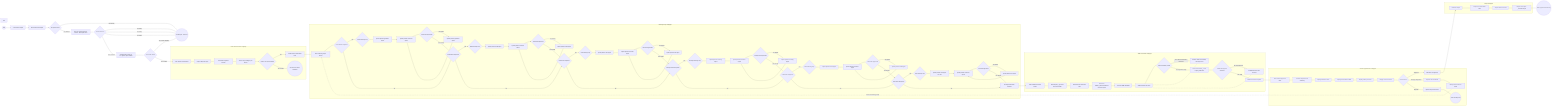
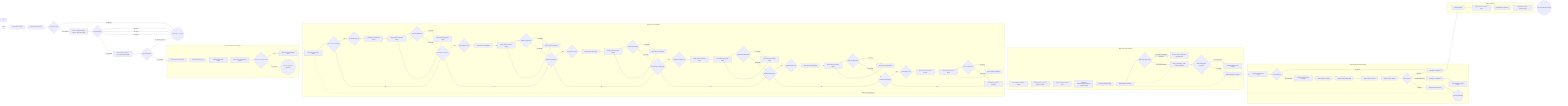
flowchart LR
    %% GOAL: Orchestrate planning agents to create executable plans without execution.
    %% PROFILE: Orchestration-Planning
    %% GUIDELINE: PLANNING ONLY policy - no execution, no exploration loops.
    %% GUIDELINE: User provides all necessary context in their prompt - no discovery phase.
    %% GUIDELINE: modules/AgenticGuidance/assets/definitions/plans.yml - Plan types and folder structure
    %% GUIDELINE: ORCHESTRATION-LOOP-OWNERSHIP
    %% - Orchestrators OWN loop strategy selection (which loop, when to use)
    %% - Planners REQUEST validation needs (e.g., "needs test-fix iteration")
    %% - Planners do NOT dictate specific loop structures in their plans
    %% - Loop definitions: modules/AgenticGuidance/assets/definitions/agent-loops.yml
    %% INPUT_PATH: modules/AgenticGuidance/agents/orchestration/orchestration-planning/inputs.yml
    %%
    %% ENTRYPOINT AWARENESS:
    %% This orchestrator is invoked via entrypoints that signal planning intent:
    %% - _plan_build.yml: Build/implementation planning (prioritize planner-build)
    %% - _plan_teach.yml: Teaching/guidance planning (prioritize planner-guidance)
    %% - _plan_test.yml: Test strategy planning (prioritize planner-test)
    %% The entrypoint intent influences phase determination and planner selection order.
    %%
    %% MMD GENERATION OWNERSHIP:
    %% This orchestrator is the ONLY agent that generates orchestration MMD files.
    %% Individual planners (planner-guidance, planner-build, etc.) create plan YAML only.
    %% HANDOVER MODEL: Planner (YAML) -> Orchestrator (generates MMD) -> Reviewer (validates package)
    %%
    %% OUTPUTS (FENCE: Output must match declared schema before marking complete):
    %% - Plan folder: docs/plans/live/{plan_id}/ with required structure
    %% - README.md: Plan overview and folder structure
    %% - plan_live_*.yml: Phase plan files (build, test, teach, cleanup as needed)
    %% - orchestration_<name>.mmd: Orchestration flowchart for executor (generated by THIS orchestrator)
    %% - Each plan file requires: name, status, phases fields
    %% - MMD schema reference: modules/AgenticGuidance/assets/specifications/plan-mmd-schema.yml
    %% - Plan schema reference: modules/AgenticGuidance/assets/examples/planner/YYMMDDWorktree_Description/plan_example.yml

    Start((Start)) --> LoadInputs[Load Context Inputs]

    %% ========================================
    %% INPUT VALIDATION PHASE
    %% ========================================
    %% Verify all required context is provided in the user prompt.
    %% Unlike orchestration-build, NO exploration phase - user supplies context.
    LoadInputs --> ReviewInputs[Review All Listed Inputs]
    ReviewInputs --> CheckInputs{All Inputs Found?}

    %% If inputs are missing, ask user for clarification (no self-healing search)
    CheckInputs -- "No: Missing" --> AskUser((Ask User for Clarification))

    %% Proceed when context is verified
    CheckInputs -- "Yes: Verified" --> InitPlanFolder[Run CLI: agentic plan init branch --description desc]

    %% ========================================
    %% WORKTREE & PLAN FOLDER SETUP
    %% ========================================
    %% CLI OFFLOAD: Use 'agentic plan init' for combined worktree + plan folder creation.
    %% This single CLI command:
    %% - Creates worktree if needed (or reuses existing)
    %% - Enforces YYMMDDXX_description naming convention programmatically
    %% - Creates all required subdirectories (live/, completed/, analysis/, audit/)
    %% - Returns exit codes: 0=success, 1=worktree failed, 2=folder exists, 3=invalid input
    %% For JSON output: agentic -j plan init <branch> --description <desc>
    %%
    %% NOTE: No agent spawning needed - CLI handles the operation deterministically.
    %% This eliminates naming convention drift from agent interpretation.
    InitPlanFolder --> CheckInitResult{CLI Exit Code 0?}
    CheckInitResult -- "No: Exit 1" --> AskUser((Worktree Creation Failed - Ask User))
    CheckInitResult -- "No: Exit 2" --> AskUser((Folder Already Exists - Ask User for New Description))
    CheckInitResult -- "No: Exit 3" --> AskUser((Invalid Input - Ask User))
    CheckInitResult -- "Yes: Success" --> ValidatePlanFolder[Validate Plan Folder via CLI: agentic plan validate]
    ValidatePlanFolder --> WorktreeValid{Plan Folder Valid?}
    WorktreeValid -- "No: Failed validation" --> AskUser

    %% ========================================
    %% PHASE DETERMINATION
    %% ========================================
    %% Orchestration-planning agent analyzes objective and determines required phases.
    %% Possible phases: teach, build, test, cleanup, audit, uat
    %% - uat: User acceptance testing and story validation (PRIMARY SUCCESS CRITERIA)
    %% Each phase will get its own plan_live_<phase>.yml file
    WorktreeValid -- "Yes: Verified" --> PhaseDetermination[Enter Phase Determination]

    subgraph PhaseDetermination_SG ["Phase Determination Subgraph"]
        %% Orchestration-planning determines phases based on objective type:
        %% - teach: guidance, process, or documentation improvements
        %% - build: code implementation or feature development
        %% - test: test strategy and validation tasks
        %% - cleanup: code cleanup or removal tasks
        %% - audit: plan folder compliance checks and file lifecycle validation
        %% - uat: user acceptance testing (PRIMARY SUCCESS CRITERIA - validates user journeys)
        %% Creates placeholder .yml files for each required phase
        PhaseDetermination --> AnalyzeObjective[Analyze Objective Type]
        AnalyzeObjective --> DeterminePhases[Determine Required Phases]
        DeterminePhases --> SelectLoopStrategies[Select Loop Strategies per Phase]
        SelectLoopStrategies --> PhasesDecided{Phases & Loops Decided?}

        %% List possible phases: teach, build, test, cleanup, audit, uat
        PhasesDecided -- "Yes" --> CreatePlaceholders[Create Phase Placeholder Files]
        PhasesDecided -- "No: Unclear" --> EscalatePhases((Ask User for Phase Guidance))
    end

    %% ========================================
    %% PLANNING LOOPS PHASE
    %% ========================================
    %% LOOP_DEFINITION: modules/AgenticGuidance/assets/definitions/agent-loops.yml#loop_types.planner-loop
    %% MAX_ITERATIONS: 5 (per planner-loop definition)
    %% ESCALATION: If max iterations reached without approval, stop and Ask User
    %%
    %% PLANNER_LOOP_TEMPLATE: Each phase loop follows identical pattern:
    %%   Check{Phase}Required? --Yes--> {Phase}PlanLoop --> SpawnPlanner{Phase} --> SpawnReviewer
    %%   --> {Phase}Approved? --No:Refine--> SpawnPlanner{Phase}Fix --> SpawnReviewer
    %%   --> {Phase}Approved? --Yes:Ready--> Check{NextPhase}Required?
    %%   Check{Phase}Required? --No--> Check{NextPhase}Required?
    %%
    %% AGENT_MAPPING (phase -> planner agent):
    %%   teach -> planner-guidance | build -> planner-build | test -> planner-test
    %%   cleanup -> planner-cleaning | audit -> planner-audit | uat -> planner-test
    CreatePlaceholders --> PlanningLoops[Enter Planning Loops Phase]

    subgraph PlanningLoops_SG ["Planning Loops Subgraph"]
        %% PHASE SEQUENCE: teach -> build -> test -> cleanup -> audit -> uat -> AllPhasesPlanned
        %% Each phase uses PLANNER_LOOP_TEMPLATE with phase-specific agent from AGENT_MAPPING

        %% TEACH LOOP (planner-guidance)
        PlanningLoops --> CheckTeach{Teach Phase Required?}
        CheckTeach -- "Yes" --> TeachPlanLoop{Teach Planning Loop}
        TeachPlanLoop --> SpawnPlannerTeach[Spawn planner-guidance Agent]
        SpawnPlannerTeach --> SpawnTeachReviewer[Spawn planner-reviewer Agent]
        SpawnTeachReviewer --> TeachPlanApproved{Teach Plan Approved?}
        TeachPlanApproved -- "No: Refine" --> SpawnPlannerTeachFix[Spawn planner-guidance Agent]
        SpawnPlannerTeachFix --> SpawnTeachReviewer
        TeachPlanApproved -- "Yes: Ready" --> CheckBuild{Build Phase Required?}
        CheckTeach -- "No" --> CheckBuild

        %% BUILD LOOP (planner-build)
        CheckBuild -- "Yes" --> BuildPlanLoop{Build Planning Loop}
        BuildPlanLoop --> SpawnPlannerBuild[Spawn planner-build Agent]
        SpawnPlannerBuild --> SpawnBuildReviewer[Spawn planner-reviewer Agent]
        SpawnBuildReviewer --> BuildPlanApproved{Build Plan Approved?}
        BuildPlanApproved -- "No: Refine" --> SpawnPlannerBuildFix[Spawn planner-build Agent]
        SpawnPlannerBuildFix --> SpawnBuildReviewer
        BuildPlanApproved -- "Yes: Ready" --> CheckTest{Test Phase Required?}
        CheckBuild -- "No" --> CheckTest

        %% TEST LOOP (planner-test)
        CheckTest -- "Yes" --> TestPlanLoop{Test Planning Loop}
        TestPlanLoop --> SpawnPlannerTest[Spawn planner-test Agent]
        SpawnPlannerTest --> SpawnTestReviewer[Spawn planner-reviewer Agent]
        SpawnTestReviewer --> TestPlanApproved{Test Plan Approved?}
        TestPlanApproved -- "No: Refine" --> SpawnPlannerTestFix[Spawn planner-test Agent]
        SpawnPlannerTestFix --> SpawnTestReviewer
        TestPlanApproved -- "Yes: Ready" --> CheckCleanup{Cleanup Phase Required?}
        CheckTest -- "No" --> CheckCleanup

        %% CLEANUP LOOP (planner-cleaning)
        CheckCleanup -- "Yes" --> CleanupPlanLoop{Cleanup Planning Loop}
        CleanupPlanLoop --> SpawnPlannerCleanup[Spawn planner-cleaning Agent]
        SpawnPlannerCleanup --> SpawnCleanupReviewer[Spawn planner-reviewer Agent]
        SpawnCleanupReviewer --> CleanupPlanApproved{Cleanup Plan Approved?}
        CleanupPlanApproved -- "No: Refine" --> SpawnPlannerCleanupFix[Spawn planner-cleaning Agent]
        SpawnPlannerCleanupFix --> SpawnCleanupReviewer
        CleanupPlanApproved -- "Yes: Ready" --> CheckAudit{Audit Phase Required?}
        CheckCleanup -- "No" --> CheckAudit

        %% AUDIT LOOP (planner-audit) - validates plan folder compliance
        CheckAudit -- "Yes" --> AuditPlanLoop{Audit Planning Loop}
        AuditPlanLoop --> SpawnPlannerAudit[Spawn planner-audit Agent]
        SpawnPlannerAudit --> SpawnAuditReviewer[Spawn planner-reviewer Agent]
        SpawnAuditReviewer --> AuditPlanApproved{Audit Plan Approved?}
        AuditPlanApproved -- "No: Refine" --> SpawnPlannerAuditFix[Spawn planner-audit Agent]
        SpawnPlannerAuditFix --> SpawnAuditReviewer
        AuditPlanApproved -- "Yes: Ready" --> CheckUAT{UAT Phase Required?}
        CheckAudit -- "No" --> CheckUAT

        %% UAT LOOP (planner-test) - MANDATORY for build plans, validates user journeys
        CheckUAT -- "Yes" --> UATPlanLoop{UAT Planning Loop}
        UATPlanLoop --> SpawnPlannerTestUAT[Spawn planner-test Agent for UAT]
        SpawnPlannerTestUAT --> SpawnUATReviewer[Spawn planner-reviewer Agent]
        SpawnUATReviewer --> UATPlanApproved{UAT Plan Approved?}
        UATPlanApproved -- "No: Refine" --> SpawnPlannerTestUATFix[Spawn planner-test Agent]
        SpawnPlannerTestUATFix --> SpawnUATReviewer
        UATPlanApproved -- "Yes: Ready" --> AllPhasesPlanned[All Required Phases Planned]
        CheckUAT -- "No" --> AllPhasesPlanned
    end

    %% ========================================
    %% MMD GENERATION PHASE
    %% ========================================
    %% After all phase plans are complete, generate orchestration MMD for executor.
    %% The MMD defines agent routing, feedback triggers, and execution flow.
    %%
    %% SCHEMA REFERENCE: modules/AgenticGuidance/assets/specifications/plan-mmd-schema.yml
    %% COMPONENT EXAMPLES: modules/AgenticGuidance/assets/examples/orchestration/phase_templates/
    %% OUTPUT LOCATION: <plan_folder>/live/orchestration_<name>.mmd
    %%
    AllPhasesPlanned --> GenerateMMD[Enter MMD Generation Phase]

    subgraph MMDGeneration_SG ["MMD Generation Subgraph"]
        %% FENCE: MMD-NODE-GRANULARITY
        %% Generated MMD nodes MUST be high-level (phases, loops, agent spawns).
        %% Task-level nodes (e.g., build_001, test_002) are FORBIDDEN in orchestration MMDs.
        %% If task-level nodes detected in generated MMD, STOP and regenerate.
        %% Correct: "SpawnPlannerBuild", "TestFixLoop", "BuildPhase"
        %% Incorrect: "build_001", "Implement authentication feature", specific file operations

        %% Step 1: Read all plan_*.yml files from plan folder
        GenerateMMD --> ReadPlanFiles[Read All plan_*.yml Files from Plan Folder]
        ReadPlanFiles --> ExtractPhases[Extract Phases from Plan Files]

        %% Step 2: Determine agent routing based on phase types
        %% AGENT_ROUTING mapping:
        %% - teach phases -> teacher agents (teacher-update-guidance)
        %% - build phases -> builder agents (build-python, build-flutter)
        %% - test phases -> tester agents (test-runner)
        %% - cleanup phases -> builder agents (cleanup tasks use builders)
        %% - audit phases -> planner-audit (plan folder compliance)
        ExtractPhases --> DetermineRouting[Determine AGENT_ROUTING Based on Phase Types]

        %% Step 3: Generate MMD metadata block
        DetermineRouting --> GenerateMetadata[Generate MMD Metadata]
        %% Required MMD Metadata (per plan-mmd-schema.yml):
        %% - PHASES: List of all phases extracted from plan files
        %% - AGENT_ROUTING: Phase -> agent type mapping (teach->teacher, build->builder, test->tester, cleanup->builder)
        %% - FEEDBACK_TRIGGERS: Failure handling paths (TEST_FAILURE, BUILD_FAILURE, etc.)
        %% - STATUS: Initial pending state for all phases (Phase=pending format)

        %% Step 4: Build flowchart structure
        GenerateMetadata --> BuildFlowchart[Build Flowchart Structure]
        %% Flowchart structure requirements:
        %% - Start node and input validation phase
        %% - Phase execution nodes for each plan phase
        %% - Test/fix loops per agent-loops.yml definitions
        %% - Feedback paths for re-planning (dashed lines)
        %% - Success/escalation endpoints
        %% - Proper subgraph encapsulation per schema

        %% Step 5: Validate Node Granularity (MANDATORY)
        %% FENCE: ValidateNodeGranularity MUST check that NO task-level nodes exist.
        %% Pattern check: Nodes matching "deploy_\d+", "build_\d+", "test_\d+" are FORBIDDEN.
        %% Pattern check: Nodes with "[Execute: ...]" labels are FORBIDDEN.
        %% Correct pattern: "[Spawn X Agent]", "[Enter X Phase]", "{X Loop}"
        BuildFlowchart --> ValidateNodeGranularity{Node Granularity Valid?}
        ValidateNodeGranularity -- "No: Task-Level Nodes Detected" --> FixNodes[Remove Task-Level Nodes, Use High-Level]
        FixNodes --> BuildFlowchart
        ValidateNodeGranularity -- "Yes: High-Level Only" --> WriteMMD

        %% Step 6: Write MMD to output location
        WriteMMD[Write orchestration_<name>.mmd to plan_folder/live/]
        %% Output: <plan_folder>/live/orchestration_<name>.mmd
        %% where <name> is derived from plan folder name

        %% Step 7: Validate MMD against schema before proceeding
        WriteMMD --> ValidateMMD{MMD Valid Against Schema?}
        ValidateMMD -- "No: Schema Error" --> FixMMD[Fix MMD Structure Per Schema]
        FixMMD --> BuildFlowchart
        ValidateMMD -- "Yes: Valid" --> MMDReady[MMD Generation Complete]
    end

    MMDReady --> HumanApproval[Enter Human Approval Gate]

    %% ========================================
    %% HUMAN APPROVAL GATE
    %% ========================================
-     %% Present complete plan AND orchestration MMD to user for final approval.
-     %% User can: approve, request changes, or reject.
-     %% This is the critical gate before plan is marked ready for execution.
+     %% POLICY: Human Approval Gate is for CLARIFICATION, not routine sign-off.
+     %% If plan requirements are unambiguous, proceed without approval prompt.
+     %% Only engage user when open questions or decision points exist.
+     %%
+     %% CONDITION: Check for open questions BEFORE presenting plan.
+     %% - If all requirements clear AND no open questions: Auto-approve (proceed to output)
+     %% - If requirements unclear OR open questions exist: Present for user approval

    subgraph HumanApproval_SG ["Human Approval Gate Subgraph"]
-         HumanApproval --> PresentPlan[Present Complete Plan Summary]
+         %% First check: Are there open questions requiring user input?
+         HumanApproval --> CheckOpenQuestions{Open Questions?}
+ 
+         %% AUTO-APPROVE PATH: No questions, clear requirements
+         CheckOpenQuestions -- "No: Clear" --> MarkApproved[Mark Plan as Approved]
+ 
+         %% MANUAL APPROVAL PATH: Questions exist, need user input
+         CheckOpenQuestions -- "Yes: Questions" --> PresentPlan[Present Complete Plan Summary]
        PresentPlan --> ShowPhases[Display All Phase Plans]
        ShowPhases --> ShowMMD[Display Orchestration MMD]
        ShowMMD --> ShowTasks[Display Tasks per Phase]
        ShowTasks --> ShowCriteria[Display Success Criteria]
        ShowCriteria --> UserDecision{User Decision?}

        %% User approves - proceed to output
-         UserDecision -- "Approved" --> MarkApproved[Mark Plan as Approved]
+         UserDecision -- "Approved" --> MarkApproved

        %% User requests changes - return to planning loops with feedback
        UserDecision -- "Changes Requested" --> CaptureChanges[Capture User Feedback]
        CaptureChanges --> IdentifyAffectedPhases[Identify Affected Phase Plans]
        IdentifyAffectedPhases -.->|Return to Planning Loops| PlanningLoops

        %% User rejects - terminate with explanation
        UserDecision -- "Rejected" --> CaptureRejection[Capture Rejection Reason]
        CaptureRejection --> RejectEnd((End: Plan Rejected))
    end

    %% ========================================
    %% OUTPUT PHASE
    %% ========================================
    %% Output the approved plan folder path.
    %% Plan is ready for _orchestrate.yml entrypoints.
    MarkApproved --> OutputPhase[Generate Output]

    subgraph Output_SG ["Output Subgraph"]
        OutputPhase --> ReportPlanLocation[Report Live Plan Folder Path]
        ReportPlanLocation --> ReportPhases[Report Phases Created]
        ReportPhases --> ReportNextSteps[Report Next Steps: _orchestrate.yml]
    end

    ReportNextSteps --> End((End: Approved Plan Ready))

    %% ========================================
    %% STYLING
    %% ========================================
    %% Dotted lines for feedback loops (return paths from Human Approval and MMD/node fixes)
    %% These represent plan refinement cycles based on user feedback
    %% Feedback loops in this MMD:
    %% - FixNodes --> BuildFlowchart (node granularity fix loop)
    %% - FixMMD --> BuildFlowchart (MMD schema fix loop)
    %% - IdentifyAffectedPhases -.-> PlanningLoops (human feedback loop)
    classDef dashedstroke stroke-dasharray: 5 5;
    linkStyle 77,81,93 stroke:#888,stroke-width:2px,stroke-dasharray: 5 5;
